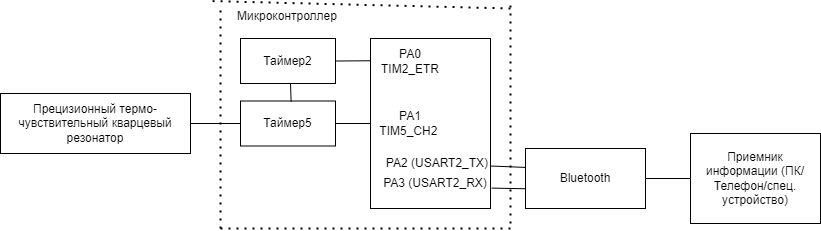
The draw.io diagram DOC/images/Structura.png in Luda-Seliv-KE-413/Kursovoy, before a commit. Source tidied: cells renumbered, new cells last; positions are measured from the earlier drawing's top-left corner, leaving out a move shared by most shapes.
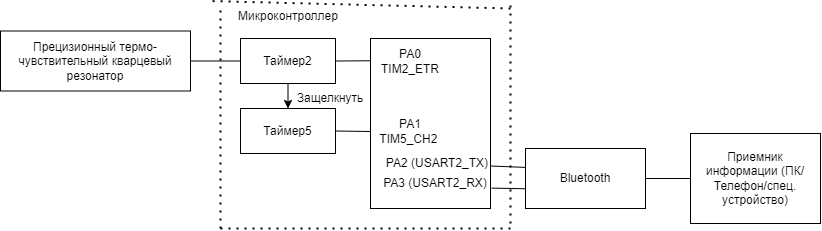
The same diagram one commit later.

What changed in the source:
```diff
@@ -9,7 +9,7 @@
       <mxGeometry x="525" y="148" width="120" height="60" as="geometry" />
     </mxCell>
     <mxCell id="4" value="Прецизионный термо-чувствительный кварцевый резонатор" style="rounded=0;whiteSpace=wrap;html=1;" parent="1" vertex="1">
-      <mxGeometry y="93" width="190" height="60" as="geometry" />
+      <mxGeometry y="30.5" width="190" height="60" as="geometry" />
     </mxCell>
     <mxCell id="5" value="Приемник информации (ПК/Телефон/спец. устройство)" style="rounded=0;whiteSpace=wrap;html=1;" parent="1" vertex="1">
       <mxGeometry x="690" y="133" width="130" height="90" as="geometry" />
@@ -17,7 +17,7 @@
     <mxCell id="6" style="endArrow=none;html=1;rounded=0;exitX=1;exitY=0.5;exitDx=0;exitDy=0;entryX=0;entryY=0.5;entryDx=0;entryDy=0;" parent="1" edge="1" source="3" target="5">
       <mxGeometry relative="1" as="geometry" />
     </mxCell>
-    <mxCell id="7" style="endArrow=none;html=1;rounded=0;exitX=1;exitY=0.5;exitDx=0;exitDy=0;entryX=0;entryY=0.5;entryDx=0;entryDy=0;" parent="1" edge="1" source="4" target="20">
+    <mxCell id="7" style="endArrow=none;html=1;rounded=0;exitX=1;exitY=0.5;exitDx=0;exitDy=0;entryX=0;entryY=0.5;entryDx=0;entryDy=0;" parent="1" edge="1" source="4" target="17">
       <mxGeometry relative="1" as="geometry" />
     </mxCell>
     <mxCell id="8" value="Микроконтроллер" style="text;html=1;align=center;verticalAlign=middle;whiteSpace=wrap;rounded=0;" parent="1" vertex="1">
@@ -74,18 +74,21 @@
       <mxGeometry x="380" y="45.5" width="60" height="30" as="geometry" />
     </mxCell>
     <mxCell id="20" value="Таймер5" style="rounded=0;whiteSpace=wrap;html=1;" parent="1" vertex="1">
-      <mxGeometry x="240" y="100.5" width="95" height="45" as="geometry" />
+      <mxGeometry x="240" y="108" width="95" height="45" as="geometry" />
     </mxCell>
-    <mxCell id="21" style="endArrow=none;html=1;rounded=0;entryX=0;entryY=0.5;entryDx=0;entryDy=0;exitX=1;exitY=0.5;exitDx=0;exitDy=0;" parent="1" edge="1" source="20" target="2">
-      <mxGeometry relative="1" as="geometry" />
+    <mxCell id="21" style="endArrow=none;html=1;rounded=0;exitX=1;exitY=0.5;exitDx=0;exitDy=0;" parent="1" edge="1" source="20">
+      <mxGeometry relative="1" as="geometry">
+        <mxPoint x="370" y="131" as="targetPoint" />
+      </mxGeometry>
     </mxCell>
-    <mxCell id="22" style="endArrow=none;html=1;rounded=0;exitX=0.533;exitY=0.017;exitDx=0;exitDy=0;exitPerimeter=0;" parent="1" edge="1" source="20">
-      <mxGeometry relative="1" as="geometry">
-        <mxPoint x="290" y="83" as="targetPoint" />
-      </mxGeometry>
-    </mxCell>
     <mxCell id="23" value="PA1&lt;br&gt;TIM5_CH2&amp;nbsp;" style="text;html=1;align=center;verticalAlign=middle;whiteSpace=wrap;rounded=0;" parent="1" vertex="1">
-      <mxGeometry x="380" y="108" width="60" height="30" as="geometry" />
+      <mxGeometry x="380" y="115.5" width="60" height="30" as="geometry" />
     </mxCell>
+    <mxCell id="24" style="endArrow=classic;html=1;rounded=0;exitX=0.5;exitY=1;exitDx=0;exitDy=0;entryX=0.5;entryY=0;entryDx=0;entryDy=0;" parent="1" edge="1" source="17" target="20">
+      <mxGeometry relative="1" as="geometry" />
+    </mxCell>
+    <mxCell id="25" value="Защелкнуть" style="text;html=1;align=center;verticalAlign=middle;whiteSpace=wrap;rounded=0;" parent="1" vertex="1">
+      <mxGeometry x="300" y="83" width="60" height="30" as="geometry" />
+    </mxCell>
   </root>
 </mxGraphModel>
```
